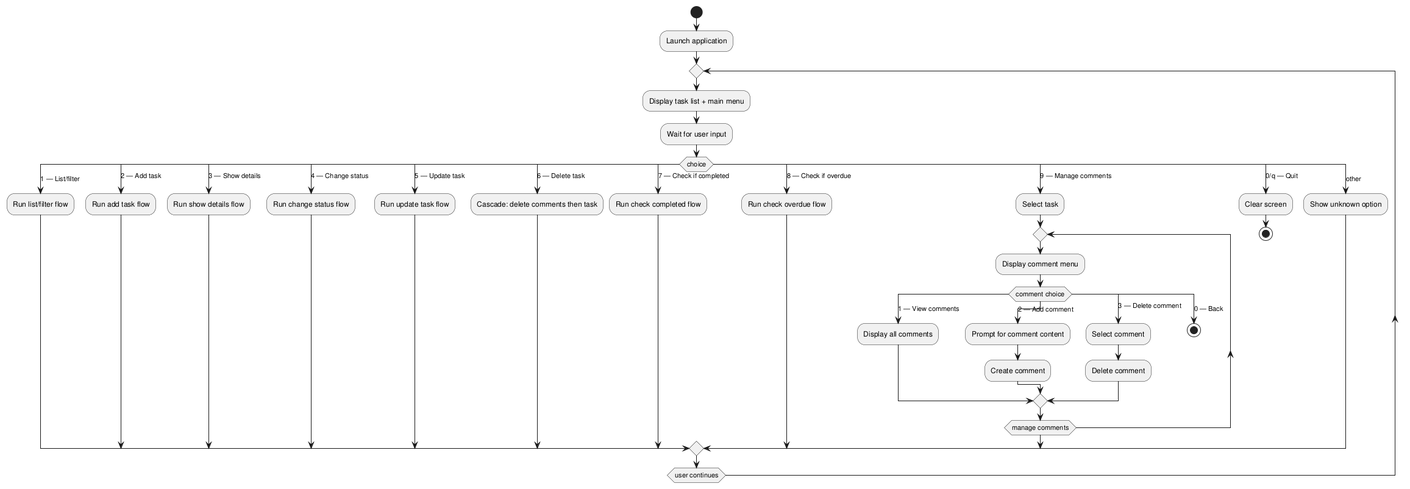
Earlier version of the PlantUML export experiments/pipeline/structured_text/TODO/artifacts/activity_diagram.png (DanielRiha8906/Software_autoevolution_using_agents).
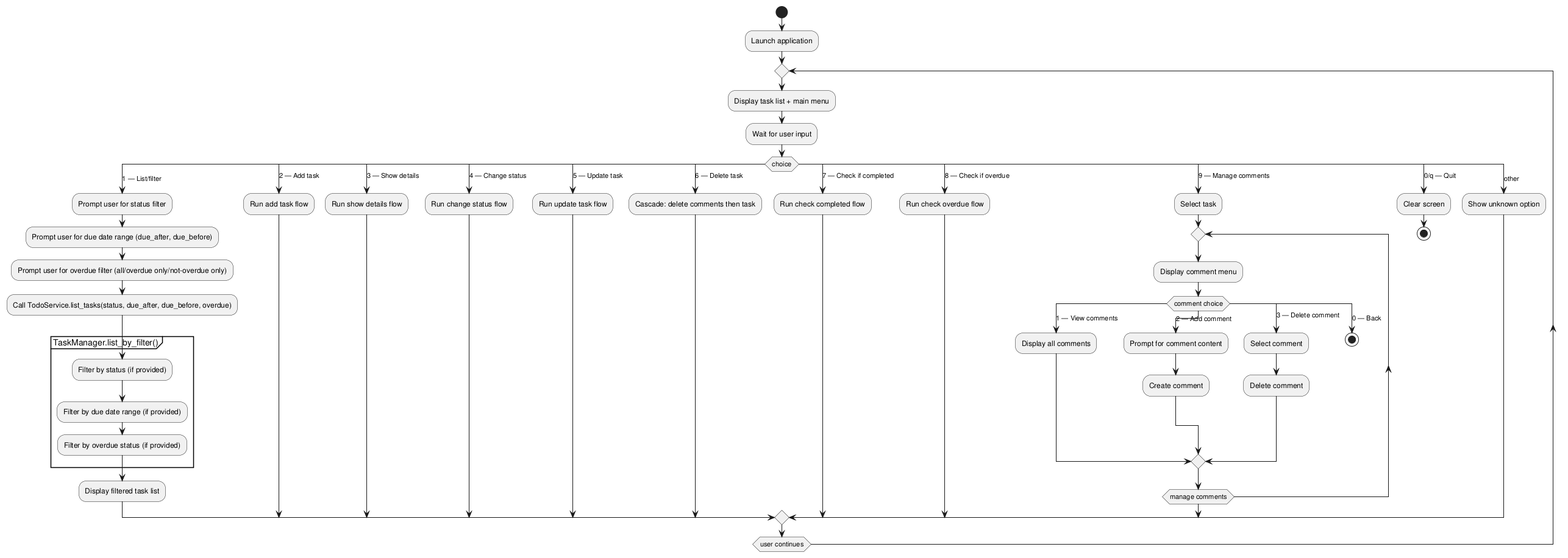
Above is the later version.

Diff of the diagram source:
```diff
@@ -9,7 +9,16 @@
 
   switch (choice)
     case (1 — List/filter)
-      :Run list/filter flow;
+      :Prompt user for status filter;
+      :Prompt user for due date range (due_after, due_before);
+      :Prompt user for overdue filter (all/overdue only/not-overdue only);
+      :Call TodoService.list_tasks(status, due_after, due_before, overdue);
+      partition "TaskManager.list_by_filter()" {
+        :Filter by status (if provided);
+        :Filter by due date range (if provided);
+        :Filter by overdue status (if provided);
+      }
+      :Display filtered task list;
     case (2 — Add task)
       :Run add task flow;
     case (3 — Show details)
```
